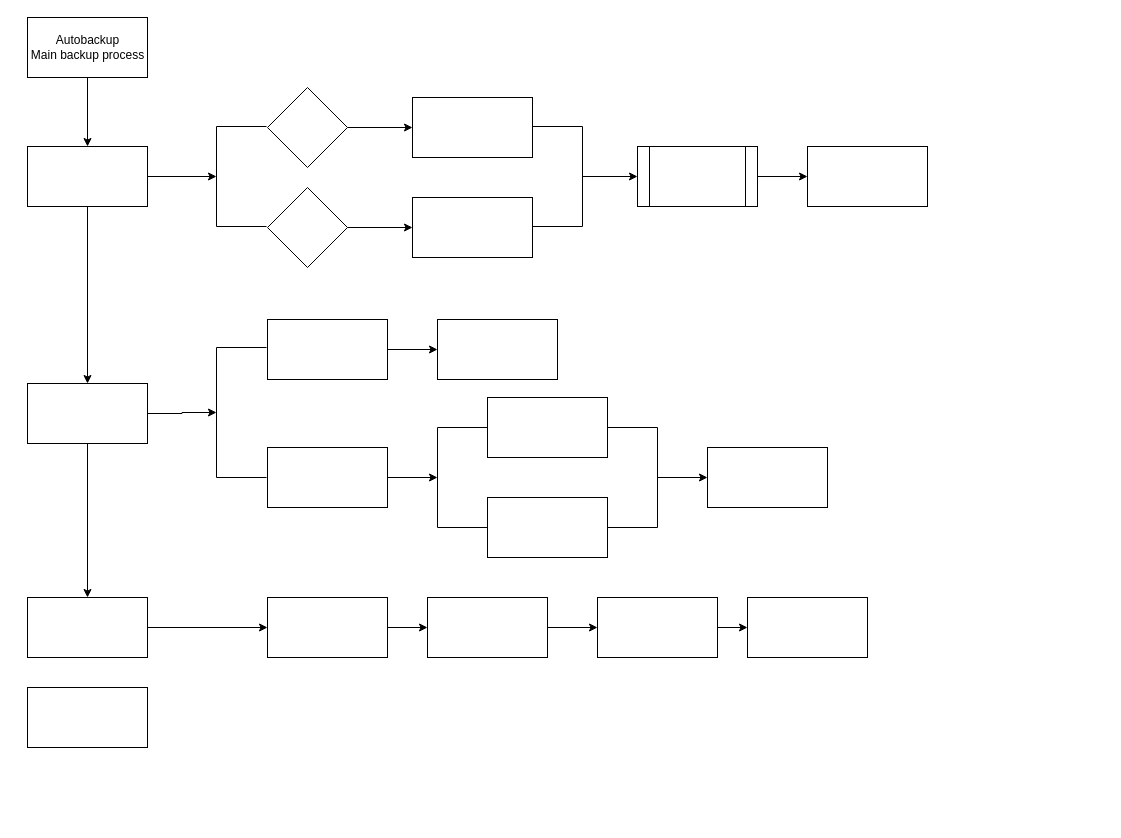
Before: Untitled Diagram.drawio in amuRico/follow, a draw.io diagram. Source tidied: cells renumbered, new cells numbered last; positions are measured from the earlier drawing's top-left corner, leaving out a move shared by most shapes. Both pictures are drawn from the tidied source at 100%, with x=0, y=0 at pixel (17, 17).
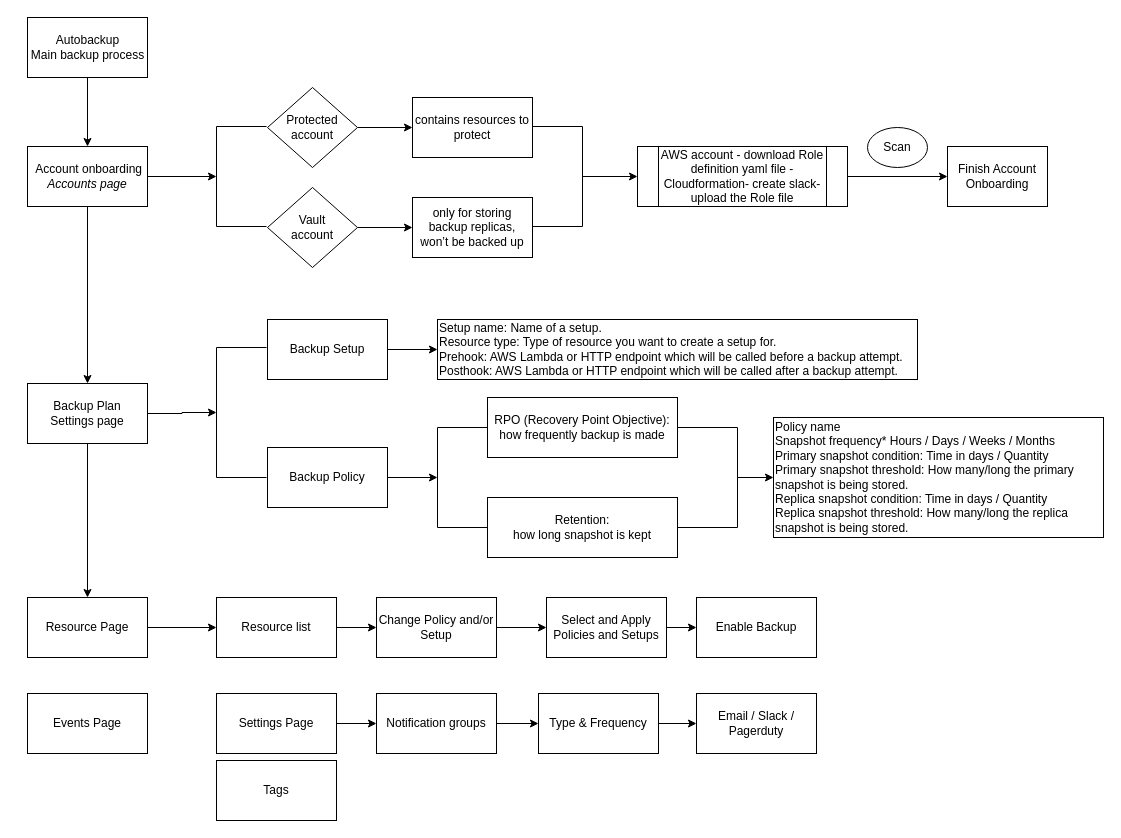
The same diagram, later.

Diff of the diagram source:
```diff
@@
-    <mxCell id="6" style="rounded=0;whiteSpace=wrap;html=1;" parent="1" vertex="1">
+    <mxCell id="6" value="&amp;nbsp;Account onboarding&lt;br&gt;&lt;i&gt;Accounts page&lt;/i&gt;" style="rounded=0;whiteSpace=wrap;html=1;" parent="1" vertex="1">
       <mxGeometry x="10" y="129" width="120" height="60" as="geometry" />
     </mxCell>
@@
-    <mxCell id="9" style="rounded=0;whiteSpace=wrap;html=1;" parent="1" vertex="1">
+    <mxCell id="9" value="Backup Plan&lt;br&gt;Settings page" style="rounded=0;whiteSpace=wrap;html=1;" parent="1" vertex="1">
       <mxGeometry x="10" y="366" width="120" height="60" as="geometry" />
     </mxCell>
@@
-    <mxCell id="11" style="rounded=0;whiteSpace=wrap;html=1;" parent="1" vertex="1">
+    <mxCell id="11" value="Resource Page" style="rounded=0;whiteSpace=wrap;html=1;" parent="1" vertex="1">
       <mxGeometry x="10" y="580" width="120" height="60" as="geometry" />
     </mxCell>
-    <mxCell id="12" style="rounded=0;whiteSpace=wrap;html=1;" parent="1" vertex="1">
-      <mxGeometry x="10" y="670" width="120" height="60" as="geometry" />
+    <mxCell id="12" value="Events Page" style="rounded=0;whiteSpace=wrap;html=1;" parent="1" vertex="1">
+      <mxGeometry x="10" y="676" width="120" height="60" as="geometry" />
     </mxCell>
@@
-    <mxCell id="14" style="rounded=0;whiteSpace=wrap;html=1;" parent="1" vertex="1">
-      <mxGeometry x="250" y="580" width="120" height="60" as="geometry" />
+    <mxCell id="14" value="Resource list" style="rounded=0;whiteSpace=wrap;html=1;" parent="1" vertex="1">
+      <mxGeometry x="199" y="580" width="120" height="60" as="geometry" />
     </mxCell>
@@
-    <mxCell id="16" style="rounded=0;whiteSpace=wrap;html=1;" parent="1" vertex="1">
-      <mxGeometry x="410" y="580" width="120" height="60" as="geometry" />
+    <mxCell id="16" value="Change Policy and/or Setup" style="rounded=0;whiteSpace=wrap;html=1;" parent="1" vertex="1">
+      <mxGeometry x="359" y="580" width="120" height="60" as="geometry" />
     </mxCell>
@@
-    <mxCell id="18" style="rounded=0;whiteSpace=wrap;html=1;" parent="1" vertex="1">
-      <mxGeometry x="580" y="580" width="120" height="60" as="geometry" />
+    <mxCell id="18" value="Select and Apply Policies and Setups" style="rounded=0;whiteSpace=wrap;html=1;" parent="1" vertex="1">
+      <mxGeometry x="529" y="580" width="120" height="60" as="geometry" />
     </mxCell>
@@
-    <mxCell id="20" style="rounded=0;whiteSpace=wrap;html=1;" parent="1" vertex="1">
+    <mxCell id="20" value="Backup Setup" style="rounded=0;whiteSpace=wrap;html=1;" parent="1" vertex="1">
       <mxGeometry x="250" y="302" width="120" height="60" as="geometry" />
     </mxCell>
@@
-    <mxCell id="22" style="rounded=0;whiteSpace=wrap;html=1;" parent="1" vertex="1">
+    <mxCell id="22" value="Backup Policy" style="rounded=0;whiteSpace=wrap;html=1;" parent="1" vertex="1">
       <mxGeometry x="250" y="430" width="120" height="60" as="geometry" />
     </mxCell>
-    <mxCell id="23" style="rounded=0;whiteSpace=wrap;html=1;" parent="1" vertex="1">
-      <mxGeometry x="730" y="580" width="120" height="60" as="geometry" />
+    <mxCell id="23" value="Enable Backup" style="rounded=0;whiteSpace=wrap;html=1;" parent="1" vertex="1">
+      <mxGeometry x="679" y="580" width="120" height="60" as="geometry" />
     </mxCell>
@@
-    <mxCell id="26" style="rhombus;whiteSpace=wrap;html=1;" parent="1" vertex="1">
-      <mxGeometry x="250" y="70" width="80" height="80" as="geometry" />
+    <mxCell id="26" value="Protected account" style="rhombus;whiteSpace=wrap;html=1;" parent="1" vertex="1">
+      <mxGeometry x="250" y="70" width="90" height="80" as="geometry" />
     </mxCell>
@@
-    <mxCell id="28" style="rhombus;whiteSpace=wrap;html=1;" parent="1" vertex="1">
-      <mxGeometry x="250" y="170" width="80" height="80" as="geometry" />
+    <mxCell id="28" value="&lt;div&gt;Vault &lt;br&gt;&lt;/div&gt;&lt;div&gt;account&lt;/div&gt;" style="rhombus;whiteSpace=wrap;html=1;" parent="1" vertex="1">
+      <mxGeometry x="250" y="170" width="90" height="80" as="geometry" />
     </mxCell>
@@
-    <mxCell id="30" style="rounded=0;whiteSpace=wrap;html=1;" parent="1" vertex="1">
+    <mxCell id="30" value="contains resources to protect" style="rounded=0;whiteSpace=wrap;html=1;" parent="1" vertex="1">
       <mxGeometry x="395" y="80" width="120" height="60" as="geometry" />
     </mxCell>
-    <mxCell id="31" style="rounded=0;whiteSpace=wrap;html=1;" parent="1" vertex="1">
+    <mxCell id="31" value="&lt;div&gt;only for storing backup replicas, &lt;br&gt;&lt;/div&gt;&lt;div&gt;won’t be backed up&lt;/div&gt;" style="rounded=0;whiteSpace=wrap;html=1;" parent="1" vertex="1">
       <mxGeometry x="395" y="180" width="120" height="60" as="geometry" />
     </mxCell>
@@
-    <mxCell id="35" style="shape=process;whiteSpace=wrap;html=1;backgroundOutline=1;strokeWidth=1;" parent="1" vertex="1">
-      <mxGeometry x="620" y="129" width="120" height="60" as="geometry" />
+    <mxCell id="35" value="AWS account - download Role definition yaml file - Cloudformation- create slack-upload the Role file" style="shape=process;whiteSpace=wrap;html=1;backgroundOutline=1;strokeWidth=1;" parent="1" vertex="1">
+      <mxGeometry x="620" y="129" width="210" height="60" as="geometry" />
     </mxCell>
-    <mxCell id="36" style="rounded=0;whiteSpace=wrap;html=1;" parent="1" vertex="1">
-      <mxGeometry x="790" y="129" width="120" height="60" as="geometry" />
+    <mxCell id="36" value="Finish Account Onboarding" style="rounded=0;whiteSpace=wrap;html=1;" parent="1" vertex="1">
+      <mxGeometry x="930" y="129" width="100" height="60" as="geometry" />
     </mxCell>
@@
-    <mxCell id="38" style="rounded=0;whiteSpace=wrap;html=1;" parent="1" vertex="1">
-      <mxGeometry x="420" y="302" width="120" height="60" as="geometry" />
+    <mxCell id="38" value="Setup name: Name of a setup.&lt;br&gt;Resource type: Type of resource you want to create a setup for.&lt;br&gt;&lt;div&gt;Prehook: AWS Lambda or HTTP endpoint which will be called before a backup attempt. &lt;br&gt;&lt;/div&gt;&lt;div&gt;Posthook: AWS Lambda or HTTP endpoint which will be called after a backup attempt.&lt;/div&gt;" style="rounded=0;whiteSpace=wrap;html=1;align=left;" parent="1" vertex="1">
+      <mxGeometry x="420" y="302" width="480" height="60" as="geometry" />
     </mxCell>
@@
-    <mxCell id="40" style="rounded=0;whiteSpace=wrap;html=1;" parent="1" vertex="1">
-      <mxGeometry x="470" y="380" width="120" height="60" as="geometry" />
+    <mxCell id="40" value="RPO (Recovery Point Objective): how frequently backup is made" style="rounded=0;whiteSpace=wrap;html=1;" parent="1" vertex="1">
+      <mxGeometry x="470" y="380" width="190" height="60" as="geometry" />
     </mxCell>
-    <mxCell id="41" style="rounded=0;whiteSpace=wrap;html=1;" parent="1" vertex="1">
-      <mxGeometry x="470" y="480" width="120" height="60" as="geometry" />
+    <mxCell id="41" value="&lt;div&gt;Retention:&lt;/div&gt;&lt;div&gt; how long snapshot is kept&lt;/div&gt;" style="rounded=0;whiteSpace=wrap;html=1;" parent="1" vertex="1">
+      <mxGeometry x="470" y="480" width="190" height="60" as="geometry" />
     </mxCell>
@@
     <mxCell id="43" style="strokeWidth=1;html=1;shape=mxgraph.flowchart.annotation_1;align=left;rotation=-180;" parent="1" vertex="1">
-      <mxGeometry x="590" y="410" width="50" height="100" as="geometry" />
+      <mxGeometry x="660" y="410" width="60" height="100" as="geometry" />
     </mxCell>
-    <mxCell id="44" style="rounded=0;whiteSpace=wrap;html=1;" parent="1" vertex="1">
-      <mxGeometry x="690" y="430" width="120" height="60" as="geometry" />
+    <mxCell id="44" value="Policy name&lt;br&gt;Snapshot frequency* Hours / Days / Weeks / Months&lt;br&gt;Primary snapshot condition: Time in days / Quantity&lt;br&gt;&lt;div&gt;Primary snapshot threshold: How many/long the primary snapshot is being stored. &lt;br&gt;&lt;/div&gt;&lt;div&gt;Replica snapshot condition: Time in days / Quantity&lt;/div&gt;Replica snapshot threshold: How many/long the replica snapshot is being stored." style="rounded=0;whiteSpace=wrap;html=1;align=left;" parent="1" vertex="1">
+      <mxGeometry x="756" y="400" width="330" height="120" as="geometry" />
     </mxCell>
+    <mxCell id="45" value="Scan" style="ellipse;whiteSpace=wrap;html=1;strokeWidth=1;" parent="1" vertex="1">
+      <mxGeometry x="850" y="110" width="60" height="40" as="geometry" />
+    </mxCell>
+    <mxCell id="46" style="edgeStyle=orthogonalEdgeStyle;rounded=0;jettySize=auto;html=1;" parent="1" edge="1" source="47" target="49">
+      <mxGeometry relative="1" as="geometry" />
+    </mxCell>
+    <mxCell id="47" value="Settings Page" style="rounded=0;whiteSpace=wrap;html=1;" parent="1" vertex="1">
+      <mxGeometry x="199" y="676" width="120" height="60" as="geometry" />
+    </mxCell>
+    <mxCell id="48" style="edgeStyle=orthogonalEdgeStyle;rounded=0;jettySize=auto;html=1;" parent="1" edge="1" source="49" target="52">
+      <mxGeometry relative="1" as="geometry" />
+    </mxCell>
+    <mxCell id="49" value="Notification groups" style="rounded=0;whiteSpace=wrap;html=1;" parent="1" vertex="1">
+      <mxGeometry x="359" y="676" width="120" height="60" as="geometry" />
+    </mxCell>
+    <mxCell id="50" value="Email / Slack / Pagerduty" style="rounded=0;whiteSpace=wrap;html=1;" parent="1" vertex="1">
+      <mxGeometry x="679" y="676" width="120" height="60" as="geometry" />
+    </mxCell>
+    <mxCell id="51" style="edgeStyle=orthogonalEdgeStyle;rounded=0;jettySize=auto;html=1;" parent="1" edge="1" source="52" target="50">
+      <mxGeometry relative="1" as="geometry" />
+    </mxCell>
+    <mxCell id="52" value="Type &amp;amp; Frequency" style="rounded=0;whiteSpace=wrap;html=1;" parent="1" vertex="1">
+      <mxGeometry x="521" y="676" width="120" height="60" as="geometry" />
+    </mxCell>
+    <mxCell id="53" value="Tags" style="rounded=0;whiteSpace=wrap;html=1;" parent="1" vertex="1">
+      <mxGeometry x="199" y="743" width="120" height="60" as="geometry" />
+    </mxCell>
```
